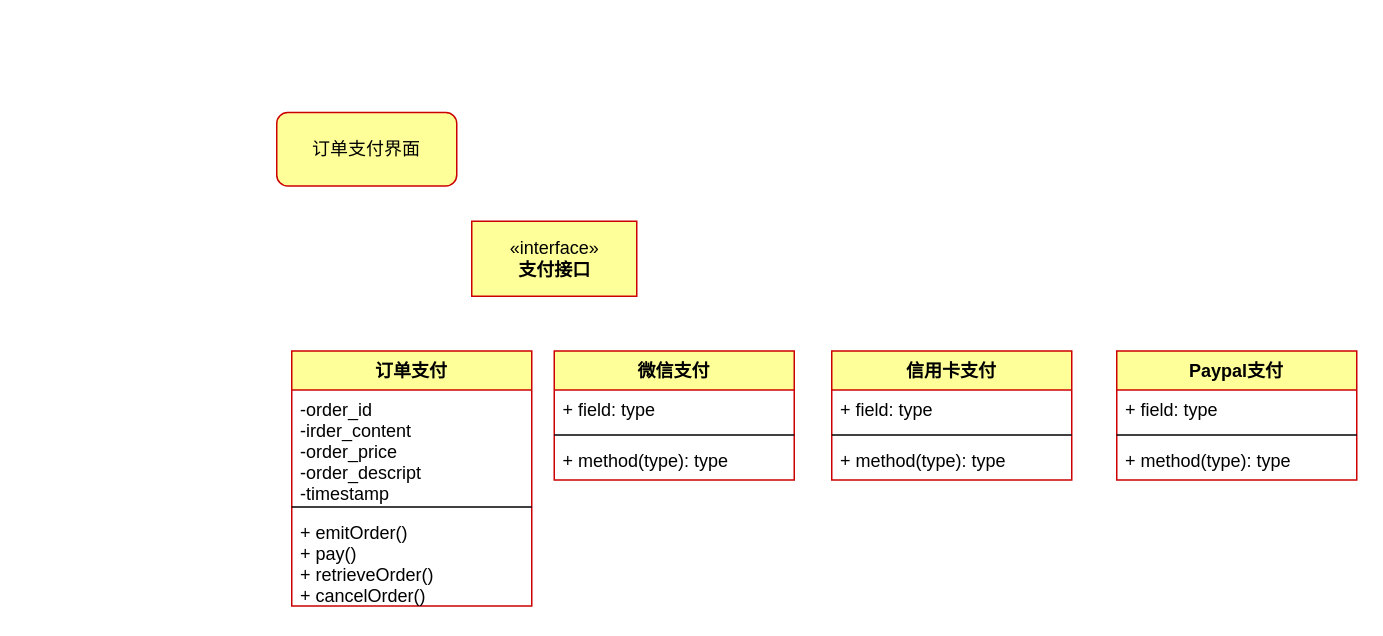
This is Payment.drawio from 1009351456/Anonymous, a draw.io file, before an edit. Source tidied: cells renumbered, new cells numbered last; positions are measured from the earlier drawing's top-left corner, leaving out a move shared by most shapes. Both pictures are drawn from the tidied source at 150%, with x=0, y=0 at pixel (276, 112).
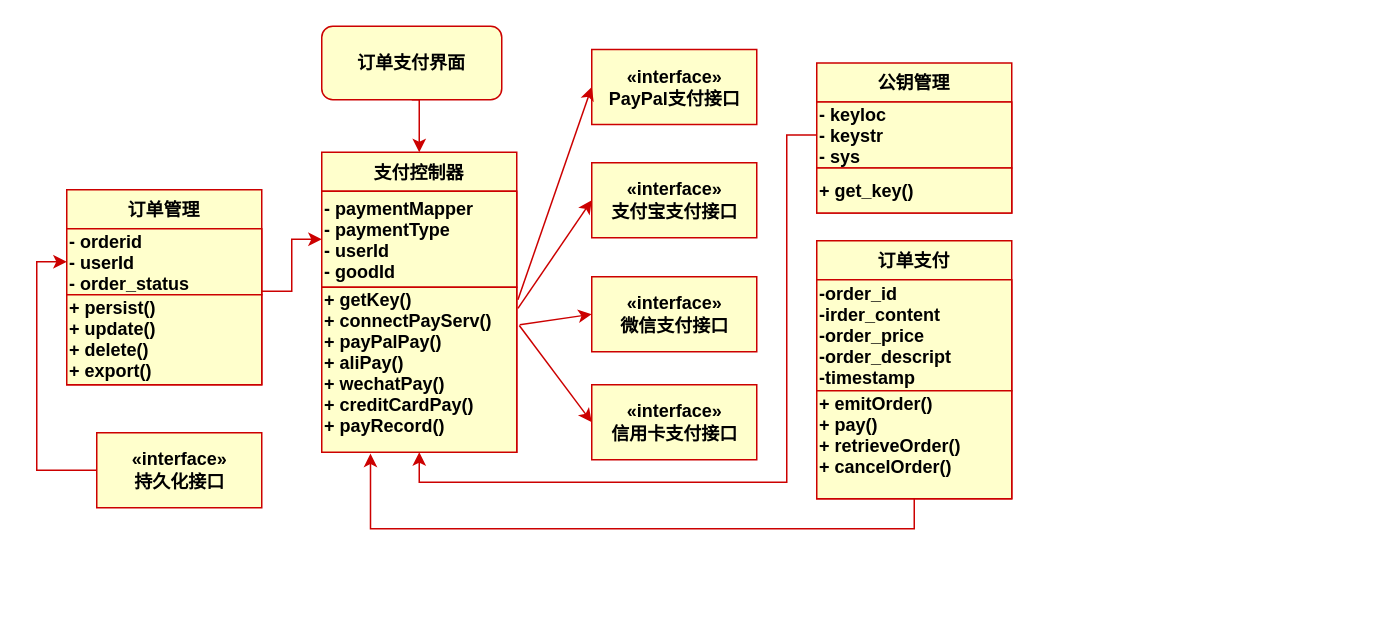
The same diagram, later.

What changed in the source:
```diff
@@
+    <mxCell id="20" style="edgeStyle=orthogonalEdgeStyle;rounded=0;jettySize=auto;html=1;exitX=0.5;exitY=1;exitDx=0;exitDy=0;entryX=0.5;entryY=0;entryDx=0;entryDy=0;fontStyle=1;strokeColor=#CC0000;" parent="1" edge="1" source="2" target="12">
+      <mxGeometry relative="1" as="geometry" />
+    </mxCell>
-    <mxCell id="2" value="订单支付界面" style="rounded=1;whiteSpace=wrap;html=1;fillColor=#FFFF99;strokeColor=#CC0000;strokeWidth=1;" parent="1" vertex="1">
-      <mxGeometry y="-0.5" width="120" height="49" as="geometry" />
+    <mxCell id="2" value="订单支付界面" style="rounded=1;whiteSpace=wrap;html=1;fillColor=#FFFFCC;strokeColor=#CC0000;strokeWidth=1;fontStyle=1;" parent="1" vertex="1">
+      <mxGeometry x="30" y="-58" width="120" height="49" as="geometry" />
     </mxCell>
+    <mxCell id="7" value="«interface»&lt;br&gt;&lt;span&gt;支付宝支付接口&lt;/span&gt;" style="html=1;strokeColor=#CC0000;strokeWidth=1;fillColor=#FFFFCC;fontStyle=1;" parent="1" vertex="1">
+      <mxGeometry x="210" y="33" width="110" height="50" as="geometry" />
+    </mxCell>
+    <mxCell id="12" value="支付控制器" style="swimlane;fontStyle=1;align=center;verticalAlign=top;horizontal=1;startSize=26;strokeColor=#CC0000;strokeWidth=1;fillColor=#FFFFCC;" parent="1" vertex="1">
+      <mxGeometry x="30" y="26" width="130" height="200" as="geometry" />
+    </mxCell>
+    <mxCell id="13" value="- paymentMapper&#10;- paymentType&#10;- userId&#10;- goodId" style="text;strokeColor=#CC0000;fillColor=#FFFFCC;align=left;verticalAlign=middle;overflow=hidden;points=[[0,0.5],[1,0.5]];portConstraint=eastwest;strokeWidth=1;fontStyle=1;gradientColor=none;" parent="12" vertex="1">
+      <mxGeometry y="26" width="130" height="64" as="geometry" />
+    </mxCell>
+    <mxCell id="14" style="line;strokeWidth=1;fillColor=#000000;align=left;verticalAlign=middle;spacingTop=-1;spacingLeft=3;spacingRight=3;labelPosition=right;strokeColor=#FF3333;fontStyle=1;" parent="12" vertex="1">
+      <mxGeometry y="90" width="130" as="geometry" />
+    </mxCell>
+    <mxCell id="15" value="+ getKey()&#10;+ connectPayServ()&#10;+ payPalPay()&#10;+ aliPay()&#10;+ wechatPay()&#10;+ creditCardPay()&#10;+ payRecord()&#10;&#10;" style="text;strokeColor=#CC0000;fillColor=#FFFFCC;align=left;verticalAlign=middle;overflow=hidden;points=[[0,0.5],[1,0.5]];portConstraint=eastwest;strokeWidth=1;fontStyle=1;gradientColor=none;" parent="12" vertex="1">
+      <mxGeometry y="90" width="130" height="110" as="geometry" />
+    </mxCell>
+    <mxCell id="21" value="«interface»&lt;br&gt;&lt;span&gt;微信支付接口&lt;/span&gt;" style="html=1;strokeColor=#CC0000;strokeWidth=1;fillColor=#FFFFCC;fontStyle=1;" parent="1" vertex="1">
+      <mxGeometry x="210" y="109" width="110" height="50" as="geometry" />
+    </mxCell>
+    <mxCell id="22" value="«interface»&lt;br&gt;&lt;span&gt;信用卡支付接口&lt;/span&gt;" style="html=1;strokeColor=#CC0000;strokeWidth=1;fillColor=#FFFFCC;fontStyle=1;gradientColor=none;" parent="1" vertex="1">
+      <mxGeometry x="210" y="181" width="110" height="50" as="geometry" />
+    </mxCell>
+    <mxCell id="23" value="«interface»&lt;br&gt;&lt;span&gt;PayPal支付接口&lt;/span&gt;" style="html=1;strokeColor=#CC0000;strokeWidth=1;fillColor=#FFFFCC;fontStyle=1;" parent="1" vertex="1">
+      <mxGeometry x="210" y="-42.5" width="110" height="50" as="geometry" />
+    </mxCell>
+    <mxCell id="24" style="edgeStyle=orthogonalEdgeStyle;rounded=0;jettySize=auto;html=1;entryX=0;entryY=0.5;entryDx=0;entryDy=0;fontStyle=1;strokeColor=#CC0000;" parent="1" edge="1" source="25" target="36">
+      <mxGeometry relative="1" as="geometry">
+        <Array as="points">
+          <mxPoint x="-160" y="238" />
+          <mxPoint x="-160" y="99" />
+        </Array>
+      </mxGeometry>
+    </mxCell>
+    <mxCell id="25" value="«interface»&lt;br&gt;&lt;span&gt;持久化接口&lt;/span&gt;" style="html=1;strokeColor=#CC0000;strokeWidth=1;fillColor=#FFFFCC;fontStyle=1;" parent="1" vertex="1">
+      <mxGeometry x="-120" y="213" width="110" height="50" as="geometry" />
+    </mxCell>
+    <mxCell id="26" style="endArrow=classic;html=1;entryX=0;entryY=0.5;entryDx=0;entryDy=0;exitX=1.006;exitY=0.076;exitDx=0;exitDy=0;exitPerimeter=0;fontStyle=1;strokeColor=#CC0000;" parent="1" edge="1" source="15" target="23">
+      <mxGeometry relative="1" as="geometry" />
+    </mxCell>
+    <mxCell id="27" style="endArrow=classic;html=1;entryX=0;entryY=0.5;entryDx=0;entryDy=0;exitX=1.006;exitY=0.128;exitDx=0;exitDy=0;exitPerimeter=0;fontStyle=1;strokeColor=#CC0000;" parent="1" edge="1" source="15" target="7">
+      <mxGeometry relative="1" as="geometry" />
+    </mxCell>
+    <mxCell id="28" style="endArrow=classic;html=1;entryX=0;entryY=0.5;entryDx=0;entryDy=0;fontStyle=1;strokeColor=#CC0000;" parent="1" edge="1" target="21">
+      <mxGeometry relative="1" as="geometry">
+        <mxPoint x="162" y="141" as="sourcePoint" />
+      </mxGeometry>
+    </mxCell>
+    <mxCell id="29" style="endArrow=classic;html=1;exitX=1.013;exitY=0.232;exitDx=0;exitDy=0;exitPerimeter=0;entryX=0;entryY=0.5;entryDx=0;entryDy=0;fontStyle=1;strokeColor=#CC0000;" parent="1" edge="1" source="15" target="22">
+      <mxGeometry relative="1" as="geometry" />
+    </mxCell>
+    <mxCell id="30" style="edgeStyle=orthogonalEdgeStyle;rounded=0;jettySize=auto;html=1;exitX=1.001;exitY=-0.038;exitDx=0;exitDy=0;exitPerimeter=0;fontStyle=1;strokeColor=#CC0000;" parent="1" edge="1" source="38" target="13">
+      <mxGeometry relative="1" as="geometry" />
+    </mxCell>
+    <mxCell id="31" value="公钥管理" style="swimlane;fontStyle=1;align=center;verticalAlign=top;horizontal=1;startSize=26;strokeColor=#CC0000;strokeWidth=1;fillColor=#FFFFCC;" parent="1" vertex="1">
+      <mxGeometry x="360" y="-33.5" width="130" height="100" as="geometry" />
+    </mxCell>
+    <mxCell id="32" value="- keyloc&#10;- keystr&#10;- sys&#10;" style="text;strokeColor=#CC0000;fillColor=#FFFFCC;align=left;verticalAlign=middle;overflow=hidden;points=[[0,0.5],[1,0.5]];portConstraint=eastwest;strokeWidth=1;fontStyle=1;gradientColor=none;" parent="31" vertex="1">
+      <mxGeometry y="26" width="130" height="44" as="geometry" />
+    </mxCell>
+    <mxCell id="33" style="line;strokeWidth=1;fillColor=none;align=left;verticalAlign=middle;spacingTop=-1;spacingLeft=3;spacingRight=3;labelPosition=right;fontStyle=1;" parent="31" vertex="1">
+      <mxGeometry y="70" width="130" as="geometry" />
+    </mxCell>
+    <mxCell id="34" value="+ get_key()" style="text;strokeColor=#CC0000;fillColor=#FFFFCC;align=left;verticalAlign=middle;overflow=hidden;strokeWidth=1;fontStyle=1;gradientColor=none;" parent="31" vertex="1">
+      <mxGeometry y="70" width="130" height="30" as="geometry" />
+    </mxCell>
+    <mxCell id="35" value="订单管理" style="swimlane;fontStyle=1;align=center;verticalAlign=top;horizontal=1;startSize=26;strokeColor=#CC0000;strokeWidth=1;fillColor=#FFFFCC;" parent="1" vertex="1">
+      <mxGeometry x="-140" y="51" width="130" height="130" as="geometry" />
+    </mxCell>
+    <mxCell id="36" value="- orderid&#10;- userId&#10;- order_status&#10;" style="text;strokeColor=#CC0000;fillColor=#FFFFCC;align=left;verticalAlign=middle;overflow=hidden;points=[[0,0.5],[1,0.5]];portConstraint=eastwest;strokeWidth=1;fontStyle=1;gradientColor=none;" parent="35" vertex="1">
+      <mxGeometry y="26" width="130" height="44" as="geometry" />
+    </mxCell>
+    <mxCell id="37" style="line;strokeWidth=1;fillColor=none;align=left;verticalAlign=middle;spacingTop=-1;spacingLeft=3;spacingRight=3;labelPosition=right;fontStyle=1;" parent="35" vertex="1">
+      <mxGeometry y="70" width="130" as="geometry" />
+    </mxCell>
+    <mxCell id="38" value="+ persist()&#10;+ update()&#10;+ delete()&#10;+ export()&#10;&#10;" style="text;strokeColor=#CC0000;fillColor=#FFFFCC;align=left;verticalAlign=middle;overflow=hidden;points=[[0,0.5],[1,0.5]];portConstraint=eastwest;strokeWidth=1;fontStyle=1;gradientColor=none;" parent="35" vertex="1">
+      <mxGeometry y="70" width="130" height="60" as="geometry" />
+    </mxCell>
+    <mxCell id="39" style="edgeStyle=orthogonalEdgeStyle;rounded=0;jettySize=auto;html=1;exitX=0.5;exitY=1;exitDx=0;exitDy=0;entryX=0.25;entryY=1.008;entryDx=0;entryDy=0;entryPerimeter=0;strokeColor=#CC0000;" parent="1" edge="1" source="3" target="15">
+      <mxGeometry relative="1" as="geometry" />
+    </mxCell>
-    <mxCell id="3" value="订单支付" style="swimlane;fontStyle=1;align=center;verticalAlign=top;horizontal=1;startSize=26;strokeColor=#CC0000;strokeWidth=1;fillColor=#FFFF99;" parent="1" vertex="1">
-      <mxGeometry x="10" y="158.5" width="160" height="170" as="geometry" />
+    <mxCell id="3" value="订单支付" style="swimlane;fontStyle=1;align=center;verticalAlign=top;horizontal=1;startSize=26;strokeColor=#CC0000;strokeWidth=1;fillColor=#FFFFCC;" parent="1" vertex="1">
+      <mxGeometry x="360" y="85" width="130" height="172" as="geometry" />
     </mxCell>
-    <mxCell id="4" value="-order_id&#10;-irder_content&#10;-order_price&#10;-order_descript&#10;-timestamp" style="text;strokeColor=none;fillColor=none;align=left;verticalAlign=top;spacingLeft=4;spacingRight=4;overflow=hidden;" parent="3" vertex="1">
-      <mxGeometry y="26" width="160" height="74" as="geometry" />
+    <mxCell id="4" value="-order_id&#10;-irder_content&#10;-order_price&#10;-order_descript&#10;-timestamp" style="text;strokeColor=#CC0000;fillColor=#FFFFCC;align=left;verticalAlign=middle;overflow=hidden;strokeWidth=1;fontStyle=1;gradientColor=none;" parent="3" vertex="1">
+      <mxGeometry y="26" width="130" height="74" as="geometry" />
     </mxCell>
-    <mxCell id="5" style="line;strokeWidth=1;fillColor=none;align=left;verticalAlign=middle;spacingTop=-1;spacingLeft=3;spacingRight=3;labelPosition=right;" parent="3" vertex="1">
-      <mxGeometry y="100" width="160" height="8" as="geometry" />
+    <mxCell id="5" style="line;strokeWidth=1;fillColor=none;align=left;verticalAlign=middle;spacingTop=-1;spacingLeft=3;spacingRight=3;labelPosition=right;fontStyle=1;" parent="3" vertex="1">
+      <mxGeometry y="100" width="130" as="geometry" />
     </mxCell>
-    <mxCell id="6" value="+ emitOrder()&#10;+ pay()&#10;+ retrieveOrder()&#10;+ cancelOrder()&#10;&#10;" style="text;strokeColor=none;fillColor=none;align=left;verticalAlign=top;spacingLeft=4;spacingRight=4;overflow=hidden;" parent="3" vertex="1">
-      <mxGeometry y="108" width="160" height="62" as="geometry" />
+    <mxCell id="6" value="+ emitOrder()&#10;+ pay()&#10;+ retrieveOrder()&#10;+ cancelOrder()&#10;&#10;" style="text;strokeColor=#CC0000;fillColor=#FFFFCC;align=left;verticalAlign=middle;overflow=hidden;strokeWidth=1;fontStyle=1;gradientColor=none;" parent="3" vertex="1">
+      <mxGeometry y="100" width="130" height="72" as="geometry" />
     </mxCell>
-    <mxCell id="7" value="«interface»&lt;br&gt;&lt;b&gt;支付接口&lt;/b&gt;" style="html=1;strokeColor=#CC0000;strokeWidth=1;fillColor=#FFFF99;" parent="1" vertex="1">
-      <mxGeometry x="130" y="72" width="110" height="50" as="geometry" />
-    </mxCell>
-    <mxCell id="8" value="微信支付" style="swimlane;fontStyle=1;align=center;verticalAlign=top;horizontal=1;startSize=26;strokeColor=#CC0000;strokeWidth=1;fillColor=#FFFF99;" parent="1" vertex="1">
-      <mxGeometry x="185" y="158.5" width="160" height="86" as="geometry" />
-    </mxCell>
-    <mxCell id="9" value="+ field: type" style="text;strokeColor=none;fillColor=none;align=left;verticalAlign=top;spacingLeft=4;spacingRight=4;overflow=hidden;" parent="8" vertex="1">
-      <mxGeometry y="26" width="160" height="26" as="geometry" />
-    </mxCell>
-    <mxCell id="10" style="line;strokeWidth=1;fillColor=none;align=left;verticalAlign=middle;spacingTop=-1;spacingLeft=3;spacingRight=3;labelPosition=right;" parent="8" vertex="1">
-      <mxGeometry y="52" width="160" height="8" as="geometry" />
-    </mxCell>
-    <mxCell id="11" value="+ method(type): type" style="text;strokeColor=none;fillColor=none;align=left;verticalAlign=top;spacingLeft=4;spacingRight=4;overflow=hidden;" parent="8" vertex="1">
-      <mxGeometry y="60" width="160" height="26" as="geometry" />
-    </mxCell>
-    <mxCell id="12" value="信用卡支付" style="swimlane;fontStyle=1;align=center;verticalAlign=top;horizontal=1;startSize=26;strokeColor=#CC0000;strokeWidth=1;fillColor=#FFFF99;" parent="1" vertex="1">
-      <mxGeometry x="370" y="158.5" width="160" height="86" as="geometry" />
-    </mxCell>
-    <mxCell id="13" value="+ field: type" style="text;strokeColor=none;fillColor=none;align=left;verticalAlign=top;spacingLeft=4;spacingRight=4;overflow=hidden;points=[[0,0.5],[1,0.5]];portConstraint=eastwest;" parent="12" vertex="1">
-      <mxGeometry y="26" width="160" height="26" as="geometry" />
-    </mxCell>
-    <mxCell id="14" style="line;strokeWidth=1;fillColor=none;align=left;verticalAlign=middle;spacingTop=-1;spacingLeft=3;spacingRight=3;labelPosition=right;" parent="12" vertex="1">
-      <mxGeometry y="52" width="160" height="8" as="geometry" />
-    </mxCell>
-    <mxCell id="15" value="+ method(type): type" style="text;strokeColor=none;fillColor=none;align=left;verticalAlign=top;spacingLeft=4;spacingRight=4;overflow=hidden;points=[[0,0.5],[1,0.5]];portConstraint=eastwest;" parent="12" vertex="1">
-      <mxGeometry y="60" width="160" height="26" as="geometry" />
-    </mxCell>
-    <mxCell id="16" value="Paypal支付" style="swimlane;fontStyle=1;align=center;verticalAlign=top;horizontal=1;startSize=26;strokeColor=#CC0000;strokeWidth=1;fillColor=#FFFF99;" parent="1" vertex="1">
-      <mxGeometry x="560" y="158.5" width="160" height="86" as="geometry" />
-    </mxCell>
-    <mxCell id="17" value="+ field: type" style="text;strokeColor=none;fillColor=none;align=left;verticalAlign=top;spacingLeft=4;spacingRight=4;overflow=hidden;" parent="16" vertex="1">
-      <mxGeometry y="26" width="160" height="26" as="geometry" />
-    </mxCell>
-    <mxCell id="18" style="line;strokeWidth=1;fillColor=none;align=left;verticalAlign=middle;spacingTop=-1;spacingLeft=3;spacingRight=3;labelPosition=right;" parent="16" vertex="1">
-      <mxGeometry y="52" width="160" height="8" as="geometry" />
-    </mxCell>
-    <mxCell id="19" value="+ method(type): type" style="text;strokeColor=none;fillColor=none;align=left;verticalAlign=top;spacingLeft=4;spacingRight=4;overflow=hidden;" parent="16" vertex="1">
-      <mxGeometry y="60" width="160" height="26" as="geometry" />
-    </mxCell>
+    <mxCell id="40" style="edgeStyle=orthogonalEdgeStyle;rounded=0;jettySize=auto;html=1;exitX=0;exitY=0.5;exitDx=0;exitDy=0;entryX=0.5;entryY=1;entryDx=0;entryDy=0;strokeColor=#CC0000;" parent="1" edge="1" source="32" target="12">
+      <mxGeometry relative="1" as="geometry">
+        <Array as="points">
+          <mxPoint x="340" y="14" />
+          <mxPoint x="340" y="246" />
+          <mxPoint x="95" y="246" />
+        </Array>
+      </mxGeometry>
+    </mxCell>
```
